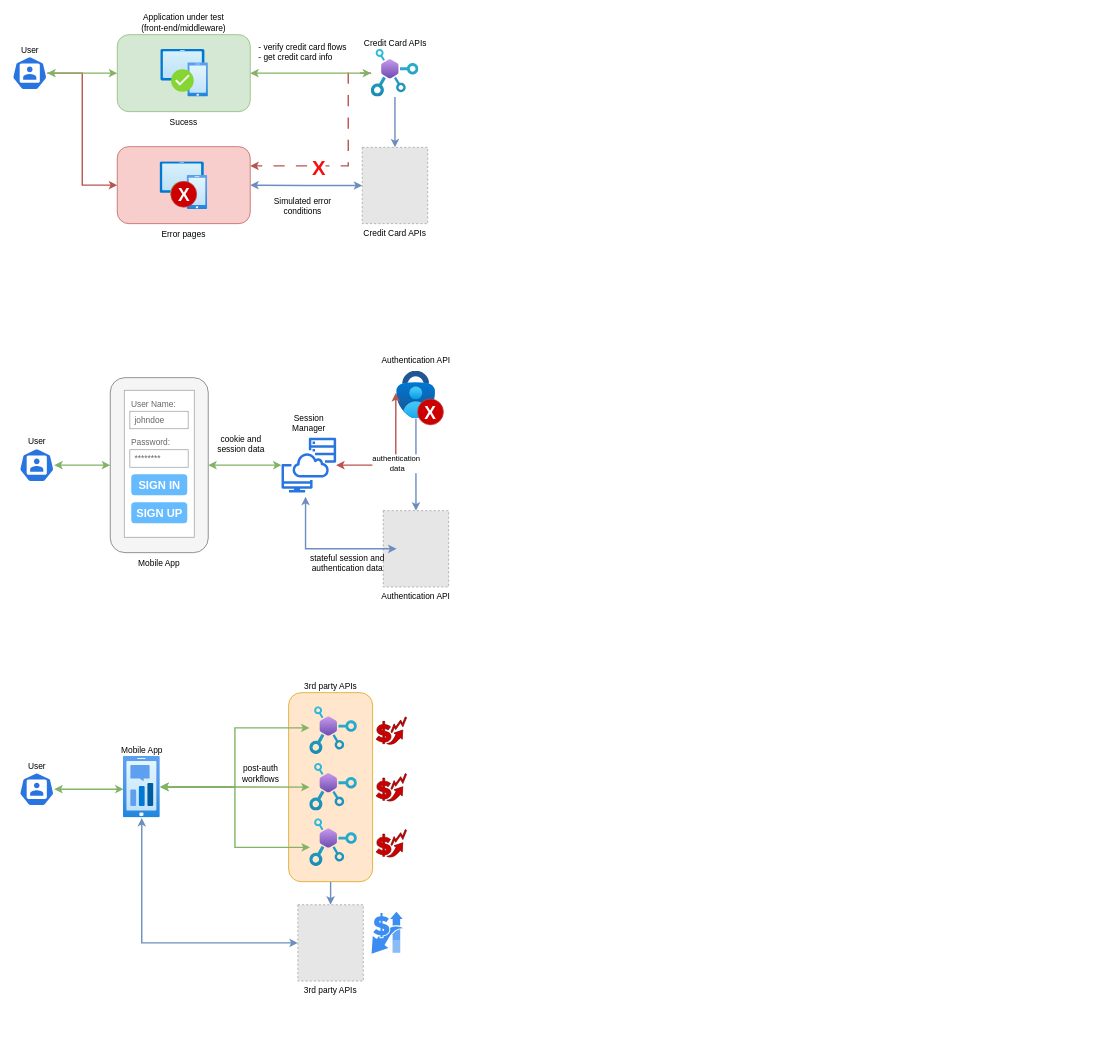
This is page "open" (1 of 2) of use cases.drawio from gtrofimov/draw-io-projects, a draw.io file, before an edit. Source tidied: cells renumbered, new cells numbered last; positions are measured from the earlier drawing's top-left corner, leaving out a move shared by most shapes. Both pictures are drawn from the tidied source at 70%, with x=0, y=0 at pixel (12, 34). Pictures stored in the file or linked from it are replaced by grey dashed boxes.
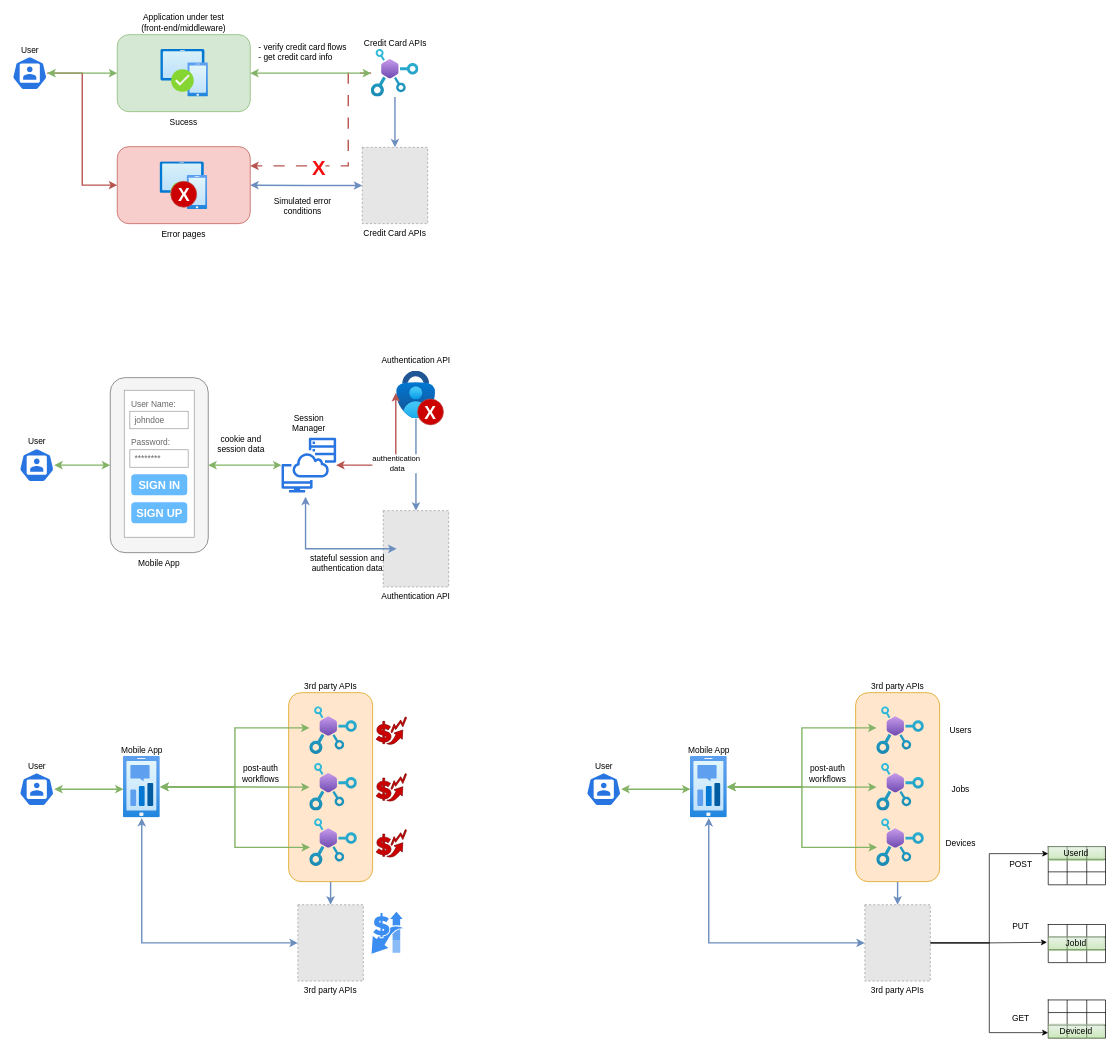
The same diagram, later.

Diff of the diagram source:
```diff
@@
+    <mxCell id="70" style="edgeStyle=orthogonalEdgeStyle;rounded=0;jettySize=auto;html=1;entryX=0.5;entryY=0;entryDx=0;entryDy=0;fillColor=#dae8fc;strokeColor=#6c8ebf;strokeWidth=2;" parent="1" edge="1" source="71" target="81">
+      <mxGeometry relative="1" as="geometry" />
+    </mxCell>
+    <mxCell id="71" value="3rd party APIs" style="rounded=1;whiteSpace=wrap;html=1;fillColor=#ffe6cc;strokeColor=#d79b00;labelPosition=center;verticalLabelPosition=top;align=center;verticalAlign=bottom;" parent="1" vertex="1">
+      <mxGeometry x="1204.8" y="940" width="120" height="270" as="geometry" />
+    </mxCell>
+    <mxCell id="72" style="edgeStyle=orthogonalEdgeStyle;rounded=0;jettySize=auto;html=1;entryX=0.006;entryY=0.537;entryDx=0;entryDy=0;startArrow=classic;startFill=1;fillColor=#d5e8d4;strokeColor=#82b366;strokeWidth=2;entryPerimeter=0;" parent="1" edge="1" source="73" target="75">
+      <mxGeometry relative="1" as="geometry" />
+    </mxCell>
+    <mxCell id="73" value="User" style="sketch=0;html=1;dashed=0;whitespace=wrap;verticalLabelPosition=top;verticalAlign=bottom;fillColor=#2875E2;strokeColor=#ffffff;points=[[0.005,0.63,0],[0.1,0.2,0],[0.9,0.2,0],[0.5,0,0],[0.995,0.63,0],[0.72,0.99,0],[0.5,1,0],[0.28,0.99,0]];shape=mxgraph.kubernetes.icon2;prIcon=user;labelPosition=center;align=center;" parent="1" vertex="1">
+      <mxGeometry x="820" y="1054" width="50" height="48" as="geometry" />
+    </mxCell>
+    <mxCell id="74" style="group;strokeWidth=1;" parent="1" vertex="1">
+      <mxGeometry x="870" y="1002" width="250" height="150" as="geometry" />
+    </mxCell>
+    <mxCell id="75" value="Mobile App" style="image;html=1;points=[];align=center;fontSize=12;image=img/lib/azure2/general/Mobile_Engagement.svg;labelPosition=center;verticalLabelPosition=top;verticalAlign=bottom;" parent="74" vertex="1">
+      <mxGeometry x="98.7" y="28.6" width="52.6" height="88.2" as="geometry" />
+    </mxCell>
+    <mxCell id="76" style="image;html=1;points=[];align=center;fontSize=12;image=img/lib/azure2/web/API_Center.svg;labelPosition=center;verticalLabelPosition=top;verticalAlign=bottom;fillColor=#ffe6cc;strokeColor=#d79b00;" parent="1" vertex="1">
+      <mxGeometry x="1234.8" y="960" width="68" height="68" as="geometry" />
+    </mxCell>
+    <mxCell id="77" style="image;html=1;points=[];align=center;fontSize=12;image=img/lib/azure2/web/API_Center.svg;labelPosition=center;verticalLabelPosition=top;verticalAlign=bottom;fillColor=#ffe6cc;strokeColor=#d79b00;" parent="1" vertex="1">
+      <mxGeometry x="1234.8" y="1041" width="68" height="68" as="geometry" />
+    </mxCell>
+    <mxCell id="78" style="image;html=1;points=[];align=center;fontSize=12;image=img/lib/azure2/web/API_Center.svg;labelPosition=center;verticalLabelPosition=top;verticalAlign=bottom;fillColor=#ffe6cc;strokeColor=#d79b00;" parent="1" vertex="1">
+      <mxGeometry x="1234.8" y="1120" width="68" height="68" as="geometry" />
+    </mxCell>
+    <mxCell id="79" style="edgeStyle=orthogonalEdgeStyle;rounded=0;jettySize=auto;html=1;fillColor=#dae8fc;strokeColor=#6c8ebf;strokeWidth=2;entryX=0.5;entryY=1.002;entryDx=0;entryDy=0;entryPerimeter=0;startArrow=classic;startFill=1;" parent="1" edge="1" source="81" target="75">
+      <mxGeometry relative="1" as="geometry" />
+    </mxCell>
+    <mxCell id="80" style="edgeStyle=orthogonalEdgeStyle;rounded=0;jettySize=auto;html=1;entryX=0;entryY=0.5;entryDx=0;entryDy=0;" parent="1" edge="1" source="81" target="125">
+      <mxGeometry relative="1" as="geometry" />
+    </mxCell>
+    <mxCell id="81" value="3rd party APIs" style="fillColor=#E6E6E6;strokeColor=#999999;dashed=1;verticalLabelPosition=bottom;verticalAlign=top;" parent="1" vertex="1">
+      <mxGeometry x="1218" y="1243" width="93.5" height="109" as="geometry" />
+    </mxCell>
+    <mxCell id="82" style="edgeStyle=orthogonalEdgeStyle;rounded=0;jettySize=auto;html=1;startArrow=classic;startFill=1;fillColor=#d5e8d4;strokeColor=#82b366;strokeWidth=2;" parent="1" edge="1" source="75" target="77">
+      <mxGeometry relative="1" as="geometry" />
+    </mxCell>
+    <mxCell id="83" style="edgeStyle=orthogonalEdgeStyle;rounded=0;jettySize=auto;html=1;entryX=0.008;entryY=0.603;entryDx=0;entryDy=0;entryPerimeter=0;startArrow=classic;startFill=1;fillColor=#d5e8d4;strokeColor=#82b366;strokeWidth=2;" parent="1" edge="1" source="75" target="78">
+      <mxGeometry relative="1" as="geometry" />
+    </mxCell>
+    <mxCell id="84" style="edgeStyle=orthogonalEdgeStyle;rounded=0;jettySize=auto;html=1;entryX=-0.002;entryY=0.446;entryDx=0;entryDy=0;entryPerimeter=0;startArrow=classic;startFill=1;fillColor=#d5e8d4;strokeColor=#82b366;strokeWidth=2;" parent="1" edge="1" source="75" target="76">
+      <mxGeometry relative="1" as="geometry" />
+    </mxCell>
+    <mxCell id="85" value="post-auth workflows" style="text;html=1;align=center;verticalAlign=middle;whiteSpace=wrap;rounded=0;" parent="1" vertex="1">
+      <mxGeometry x="1120" y="1041" width="90" height="30" as="geometry" />
+    </mxCell>
+    <mxCell id="86" style="shape=table;startSize=0;childLayout=tableLayout;fontSize=16;" parent="1" vertex="1">
+      <mxGeometry x="1480" y="1160" width="81.8" height="54.5" as="geometry" />
+    </mxCell>
+    <mxCell id="87" style="shape=tableRow;horizontal=0;startSize=0;swimlaneHead=0;swimlaneBody=0;strokeColor=inherit;top=0;left=0;bottom=0;right=0;fillColor=none;fontSize=16;" parent="86" vertex="1">
+      <mxGeometry width="81.8" height="18" as="geometry" />
+    </mxCell>
+    <mxCell id="88" style="shape=partialRectangle;html=1;whiteSpace=wrap;strokeColor=inherit;overflow=hidden;fillColor=none;top=0;left=0;bottom=0;right=0;fontSize=16;" parent="87" vertex="1">
+      <mxGeometry width="27" height="18" as="geometry" />
+    </mxCell>
+    <mxCell id="89" style="shape=partialRectangle;html=1;whiteSpace=wrap;strokeColor=inherit;overflow=hidden;fillColor=none;top=0;left=0;bottom=0;right=0;fontSize=16;" parent="87" vertex="1">
+      <mxGeometry x="27" width="28" height="18" as="geometry" />
+    </mxCell>
+    <mxCell id="90" style="shape=partialRectangle;html=1;whiteSpace=wrap;strokeColor=inherit;overflow=hidden;fillColor=none;top=0;left=0;bottom=0;right=0;fontSize=16;" parent="87" vertex="1">
+      <mxGeometry x="55" width="27" height="18" as="geometry" />
+    </mxCell>
+    <mxCell id="91" style="shape=tableRow;horizontal=0;startSize=0;swimlaneHead=0;swimlaneBody=0;strokeColor=light-dark(#001DBC,#CC0000);top=0;left=0;bottom=0;right=0;fillColor=none;fontSize=16;fontColor=#ffffff;strokeWidth=3;" parent="86" vertex="1">
+      <mxGeometry y="18" width="81.8" height="18" as="geometry" />
+    </mxCell>
+    <mxCell id="92" style="shape=partialRectangle;html=1;whiteSpace=wrap;strokeColor=inherit;overflow=hidden;fillColor=none;top=0;left=0;bottom=0;right=0;fontSize=16;strokeWidth=3;perimeterSpacing=1;" parent="91" vertex="1">
+      <mxGeometry width="27" height="18" as="geometry" />
+    </mxCell>
+    <mxCell id="93" style="shape=partialRectangle;html=1;whiteSpace=wrap;strokeColor=inherit;overflow=hidden;fillColor=none;top=0;left=0;bottom=0;right=0;fontSize=16;" parent="91" vertex="1">
+      <mxGeometry x="27" width="28" height="18" as="geometry" />
+    </mxCell>
+    <mxCell id="94" style="shape=partialRectangle;html=1;whiteSpace=wrap;strokeColor=inherit;overflow=hidden;fillColor=none;top=0;left=0;bottom=0;right=0;fontSize=16;" parent="91" vertex="1">
+      <mxGeometry x="55" width="27" height="18" as="geometry" />
+    </mxCell>
+    <mxCell id="95" style="shape=tableRow;horizontal=0;startSize=0;swimlaneHead=0;swimlaneBody=0;strokeColor=inherit;top=0;left=0;bottom=0;right=0;fillColor=none;fontSize=16;" parent="86" vertex="1">
+      <mxGeometry y="36" width="81.8" height="18" as="geometry" />
+    </mxCell>
+    <mxCell id="96" style="shape=partialRectangle;html=1;whiteSpace=wrap;strokeColor=inherit;overflow=hidden;fillColor=none;top=0;left=0;bottom=0;right=0;fontSize=16;" parent="95" vertex="1">
+      <mxGeometry width="27" height="18" as="geometry" />
+    </mxCell>
+    <mxCell id="97" style="shape=partialRectangle;html=1;whiteSpace=wrap;strokeColor=inherit;overflow=hidden;fillColor=none;top=0;left=0;bottom=0;right=0;fontSize=16;" parent="95" vertex="1">
+      <mxGeometry x="27" width="28" height="18" as="geometry" />
+    </mxCell>
+    <mxCell id="98" style="shape=partialRectangle;html=1;whiteSpace=wrap;strokeColor=inherit;overflow=hidden;fillColor=none;top=0;left=0;bottom=0;right=0;fontSize=16;" parent="95" vertex="1">
+      <mxGeometry x="55" width="27" height="18" as="geometry" />
+    </mxCell>
+    <mxCell id="99" style="shape=table;startSize=0;childLayout=tableLayout;fontSize=16;" parent="1" vertex="1">
+      <mxGeometry x="1480" y="1271.2" width="81.8" height="54.5" as="geometry" />
+    </mxCell>
+    <mxCell id="100" style="shape=tableRow;horizontal=0;startSize=0;swimlaneHead=0;swimlaneBody=0;strokeColor=inherit;top=0;left=0;bottom=0;right=0;fillColor=none;fontSize=16;" parent="99" vertex="1">
+      <mxGeometry width="81.8" height="18" as="geometry" />
+    </mxCell>
+    <mxCell id="101" style="shape=partialRectangle;html=1;whiteSpace=wrap;strokeColor=inherit;overflow=hidden;fillColor=none;top=0;left=0;bottom=0;right=0;fontSize=16;" parent="100" vertex="1">
+      <mxGeometry width="27" height="18" as="geometry" />
+    </mxCell>
+    <mxCell id="102" style="shape=partialRectangle;html=1;whiteSpace=wrap;strokeColor=inherit;overflow=hidden;fillColor=none;top=0;left=0;bottom=0;right=0;fontSize=16;" parent="100" vertex="1">
+      <mxGeometry x="27" width="28" height="18" as="geometry" />
+    </mxCell>
+    <mxCell id="103" style="shape=partialRectangle;html=1;whiteSpace=wrap;strokeColor=inherit;overflow=hidden;fillColor=none;top=0;left=0;bottom=0;right=0;fontSize=16;" parent="100" vertex="1">
+      <mxGeometry x="55" width="27" height="18" as="geometry" />
+    </mxCell>
+    <mxCell id="104" style="shape=tableRow;horizontal=0;startSize=0;swimlaneHead=0;swimlaneBody=0;strokeColor=inherit;top=0;left=0;bottom=0;right=0;fillColor=none;fontSize=16;" parent="99" vertex="1">
+      <mxGeometry y="18" width="81.8" height="18" as="geometry" />
+    </mxCell>
+    <mxCell id="105" style="shape=partialRectangle;html=1;whiteSpace=wrap;strokeColor=inherit;overflow=hidden;fillColor=none;top=0;left=0;bottom=0;right=0;fontSize=16;" parent="104" vertex="1">
+      <mxGeometry width="27" height="18" as="geometry" />
+    </mxCell>
+    <mxCell id="106" style="shape=partialRectangle;html=1;whiteSpace=wrap;strokeColor=inherit;overflow=hidden;fillColor=none;top=0;left=0;bottom=0;right=0;fontSize=16;" parent="104" vertex="1">
+      <mxGeometry x="27" width="28" height="18" as="geometry" />
+    </mxCell>
+    <mxCell id="107" style="shape=partialRectangle;html=1;whiteSpace=wrap;strokeColor=inherit;overflow=hidden;fillColor=none;top=0;left=0;bottom=0;right=0;fontSize=16;" parent="104" vertex="1">
+      <mxGeometry x="55" width="27" height="18" as="geometry" />
+    </mxCell>
+    <mxCell id="108" style="shape=tableRow;horizontal=0;startSize=0;swimlaneHead=0;swimlaneBody=0;strokeColor=inherit;top=0;left=0;bottom=0;right=0;fillColor=none;fontSize=16;" parent="99" vertex="1">
+      <mxGeometry y="36" width="81.8" height="18" as="geometry" />
+    </mxCell>
+    <mxCell id="109" style="shape=partialRectangle;html=1;whiteSpace=wrap;strokeColor=inherit;overflow=hidden;fillColor=none;top=0;left=0;bottom=0;right=0;fontSize=16;" parent="108" vertex="1">
+      <mxGeometry width="27" height="18" as="geometry" />
+    </mxCell>
+    <mxCell id="110" style="shape=partialRectangle;html=1;whiteSpace=wrap;strokeColor=inherit;overflow=hidden;fillColor=none;top=0;left=0;bottom=0;right=0;fontSize=16;" parent="108" vertex="1">
+      <mxGeometry x="27" width="28" height="18" as="geometry" />
+    </mxCell>
+    <mxCell id="111" style="shape=partialRectangle;html=1;whiteSpace=wrap;strokeColor=inherit;overflow=hidden;fillColor=none;top=0;left=0;bottom=0;right=0;fontSize=16;" parent="108" vertex="1">
+      <mxGeometry x="55" width="27" height="18" as="geometry" />
+    </mxCell>
+    <mxCell id="112" style="shape=table;startSize=0;childLayout=tableLayout;fontSize=16;" parent="1" vertex="1">
+      <mxGeometry x="1480" y="1379" width="81.8" height="54.5" as="geometry" />
+    </mxCell>
+    <mxCell id="113" style="shape=tableRow;horizontal=0;startSize=0;swimlaneHead=0;swimlaneBody=0;strokeColor=inherit;top=0;left=0;bottom=0;right=0;fillColor=none;fontSize=16;" parent="112" vertex="1">
+      <mxGeometry width="81.8" height="18" as="geometry" />
+    </mxCell>
+    <mxCell id="114" style="shape=partialRectangle;html=1;whiteSpace=wrap;strokeColor=inherit;overflow=hidden;fillColor=none;top=0;left=0;bottom=0;right=0;fontSize=16;" parent="113" vertex="1">
+      <mxGeometry width="27" height="18" as="geometry" />
+    </mxCell>
+    <mxCell id="115" style="shape=partialRectangle;html=1;whiteSpace=wrap;strokeColor=inherit;overflow=hidden;fillColor=none;top=0;left=0;bottom=0;right=0;fontSize=16;" parent="113" vertex="1">
+      <mxGeometry x="27" width="28" height="18" as="geometry" />
+    </mxCell>
+    <mxCell id="116" style="shape=partialRectangle;html=1;whiteSpace=wrap;strokeColor=inherit;overflow=hidden;fillColor=none;top=0;left=0;bottom=0;right=0;fontSize=16;" parent="113" vertex="1">
+      <mxGeometry x="55" width="27" height="18" as="geometry" />
+    </mxCell>
+    <mxCell id="117" style="shape=tableRow;horizontal=0;startSize=0;swimlaneHead=0;swimlaneBody=0;strokeColor=inherit;top=0;left=0;bottom=0;right=0;fillColor=none;fontSize=16;" parent="112" vertex="1">
+      <mxGeometry y="18" width="81.8" height="18" as="geometry" />
+    </mxCell>
+    <mxCell id="118" style="shape=partialRectangle;html=1;whiteSpace=wrap;strokeColor=inherit;overflow=hidden;fillColor=none;top=0;left=0;bottom=0;right=0;fontSize=16;" parent="117" vertex="1">
+      <mxGeometry width="27" height="18" as="geometry" />
+    </mxCell>
+    <mxCell id="119" style="shape=partialRectangle;html=1;whiteSpace=wrap;strokeColor=inherit;overflow=hidden;fillColor=none;top=0;left=0;bottom=0;right=0;fontSize=16;" parent="117" vertex="1">
+      <mxGeometry x="27" width="28" height="18" as="geometry" />
+    </mxCell>
+    <mxCell id="120" style="shape=partialRectangle;html=1;whiteSpace=wrap;strokeColor=inherit;overflow=hidden;fillColor=none;top=0;left=0;bottom=0;right=0;fontSize=16;" parent="117" vertex="1">
+      <mxGeometry x="55" width="27" height="18" as="geometry" />
+    </mxCell>
+    <mxCell id="121" style="shape=tableRow;horizontal=0;startSize=0;swimlaneHead=0;swimlaneBody=0;strokeColor=inherit;top=0;left=0;bottom=0;right=0;fillColor=none;fontSize=16;" parent="112" vertex="1">
+      <mxGeometry y="36" width="81.8" height="18" as="geometry" />
+    </mxCell>
+    <mxCell id="122" style="shape=partialRectangle;html=1;whiteSpace=wrap;strokeColor=inherit;overflow=hidden;fillColor=none;top=0;left=0;bottom=0;right=0;fontSize=16;" parent="121" vertex="1">
+      <mxGeometry width="27" height="18" as="geometry" />
+    </mxCell>
+    <mxCell id="123" style="shape=partialRectangle;html=1;whiteSpace=wrap;strokeColor=inherit;overflow=hidden;fillColor=none;top=0;left=0;bottom=0;right=0;fontSize=16;" parent="121" vertex="1">
+      <mxGeometry x="27" width="28" height="18" as="geometry" />
+    </mxCell>
+    <mxCell id="124" style="shape=partialRectangle;html=1;whiteSpace=wrap;strokeColor=inherit;overflow=hidden;fillColor=none;top=0;left=0;bottom=0;right=0;fontSize=16;" parent="121" vertex="1">
+      <mxGeometry x="55" width="27" height="18" as="geometry" />
+    </mxCell>
+    <mxCell id="125" value="UserId" style="rounded=0;whiteSpace=wrap;html=1;fillColor=#d5e8d4;strokeColor=#82b366;opacity=50;gradientColor=#97d077;" parent="1" vertex="1">
+      <mxGeometry x="1480" y="1160" width="80" height="20" as="geometry" />
+    </mxCell>
+    <mxCell id="126" value="JobId" style="rounded=0;whiteSpace=wrap;html=1;fillColor=#d5e8d4;strokeColor=#82b366;opacity=50;gradientColor=#97d077;" parent="1" vertex="1">
+      <mxGeometry x="1480" y="1288.5" width="80" height="20" as="geometry" />
+    </mxCell>
+    <mxCell id="127" value="DeviceId" style="rounded=0;whiteSpace=wrap;html=1;fillColor=#d5e8d4;strokeColor=#82b366;opacity=50;gradientColor=#97d077;" parent="1" vertex="1">
+      <mxGeometry x="1480" y="1413.5" width="80" height="20" as="geometry" />
+    </mxCell>
+    <mxCell id="128" value="Users" style="text;html=1;whiteSpace=wrap;strokeColor=none;fillColor=none;align=center;verticalAlign=middle;rounded=0;" parent="1" vertex="1">
+      <mxGeometry x="1324.8" y="979" width="60" height="30" as="geometry" />
+    </mxCell>
+    <mxCell id="129" value="Jobs" style="text;html=1;whiteSpace=wrap;strokeColor=none;fillColor=none;align=center;verticalAlign=middle;rounded=0;" parent="1" vertex="1">
+      <mxGeometry x="1324.8" y="1063" width="60" height="30" as="geometry" />
+    </mxCell>
+    <mxCell id="130" value="Devices" style="text;html=1;whiteSpace=wrap;strokeColor=none;fillColor=none;align=center;verticalAlign=middle;rounded=0;" parent="1" vertex="1">
+      <mxGeometry x="1324.8" y="1140.5" width="60" height="30" as="geometry" />
+    </mxCell>
+    <mxCell id="131" style="edgeStyle=orthogonalEdgeStyle;rounded=0;jettySize=auto;html=1;entryX=-0.022;entryY=0.408;entryDx=0;entryDy=0;entryPerimeter=0;" parent="1" edge="1" source="81" target="126">
+      <mxGeometry relative="1" as="geometry" />
+    </mxCell>
+    <mxCell id="132" style="edgeStyle=orthogonalEdgeStyle;rounded=0;jettySize=auto;html=1;entryX=-0.002;entryY=0.612;entryDx=0;entryDy=0;entryPerimeter=0;" parent="1" edge="1" source="81" target="127">
+      <mxGeometry relative="1" as="geometry" />
+    </mxCell>
+    <mxCell id="133" value="POST" style="text;html=1;whiteSpace=wrap;strokeColor=none;fillColor=none;align=center;verticalAlign=middle;rounded=0;" parent="1" vertex="1">
+      <mxGeometry x="1410.7" y="1170.5" width="60" height="30" as="geometry" />
+    </mxCell>
+    <mxCell id="134" value="PUT" style="text;html=1;whiteSpace=wrap;strokeColor=none;fillColor=none;align=center;verticalAlign=middle;rounded=0;" parent="1" vertex="1">
+      <mxGeometry x="1410.7" y="1258.5" width="60" height="30" as="geometry" />
+    </mxCell>
+    <mxCell id="135" value="GET" style="text;html=1;whiteSpace=wrap;strokeColor=none;fillColor=none;align=center;verticalAlign=middle;rounded=0;" parent="1" vertex="1">
+      <mxGeometry x="1410.7" y="1391.2" width="60" height="30" as="geometry" />
+    </mxCell>
```
